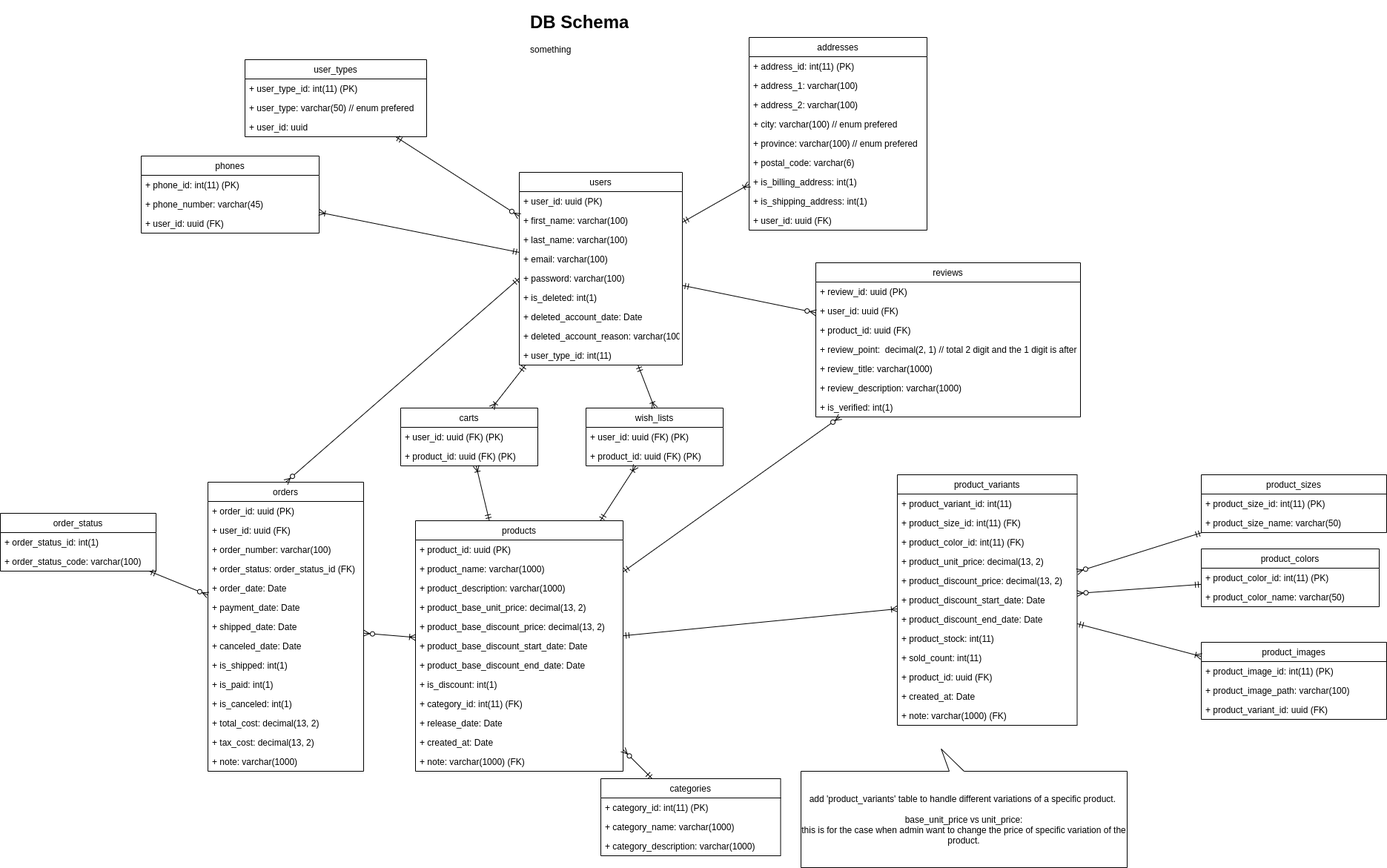
Earlier version of the draw.io export db-design.png (stsiwo/e-commerce-starter-kits). Source tidied: cells renumbered, new cells last; positions are measured from the earlier drawing's top-left corner, leaving out a move shared by most shapes.
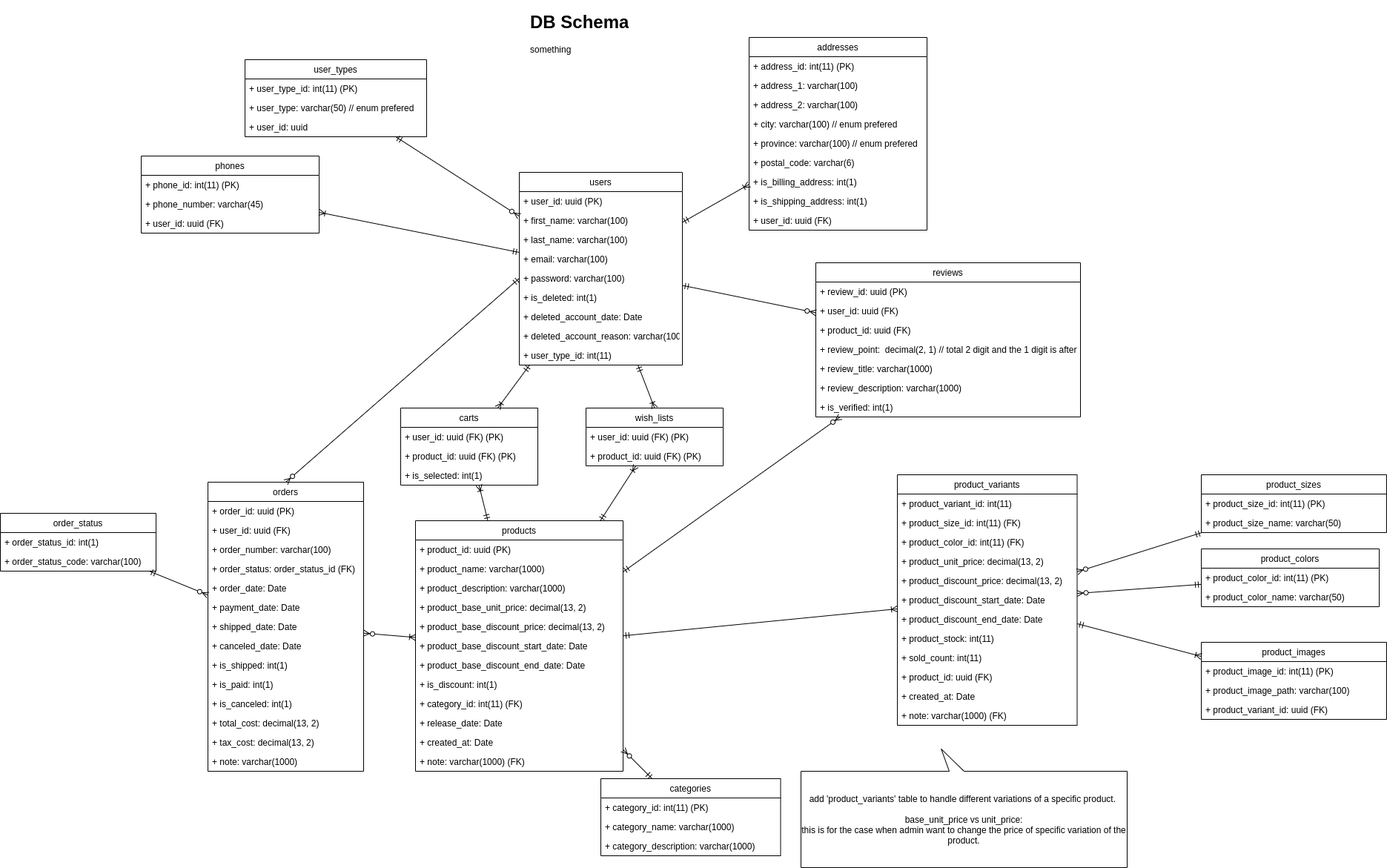
The same file after the commit.

The edit, as a diff of the source:
```diff
@@ -351,7 +351,7 @@
       <mxGeometry relative="1" as="geometry" />
     </mxCell>
     <mxCell id="118" value="carts" style="swimlane;fontStyle=0;horizontal=1;startSize=26;fillColor=none;" parent="1" vertex="1">
-      <mxGeometry x="540" y="540" width="185" height="78" as="geometry" />
+      <mxGeometry x="540" y="540" width="185" height="104" as="geometry" />
     </mxCell>
     <mxCell id="119" value="+ user_id: uuid (FK) (PK)" style="text;strokeColor=none;fillColor=none;align=left;verticalAlign=top;spacingLeft=4;spacingRight=4;overflow=hidden;" parent="118" vertex="1">
       <mxGeometry y="26" width="185" height="26" as="geometry" />
@@ -359,5 +359,8 @@
     <mxCell id="120" value="+ product_id: uuid (FK) (PK)" style="text;strokeColor=none;fillColor=none;align=left;verticalAlign=top;spacingLeft=4;spacingRight=4;overflow=hidden;" parent="118" vertex="1">
       <mxGeometry y="52" width="185" height="26" as="geometry" />
     </mxCell>
+    <mxCell id="121" value="+ is_selected: int(1)" style="text;strokeColor=none;fillColor=none;align=left;verticalAlign=top;spacingLeft=4;spacingRight=4;overflow=hidden;" parent="118" vertex="1">
+      <mxGeometry y="78" width="185" height="26" as="geometry" />
+    </mxCell>
   </root>
 </mxGraphModel>
```
